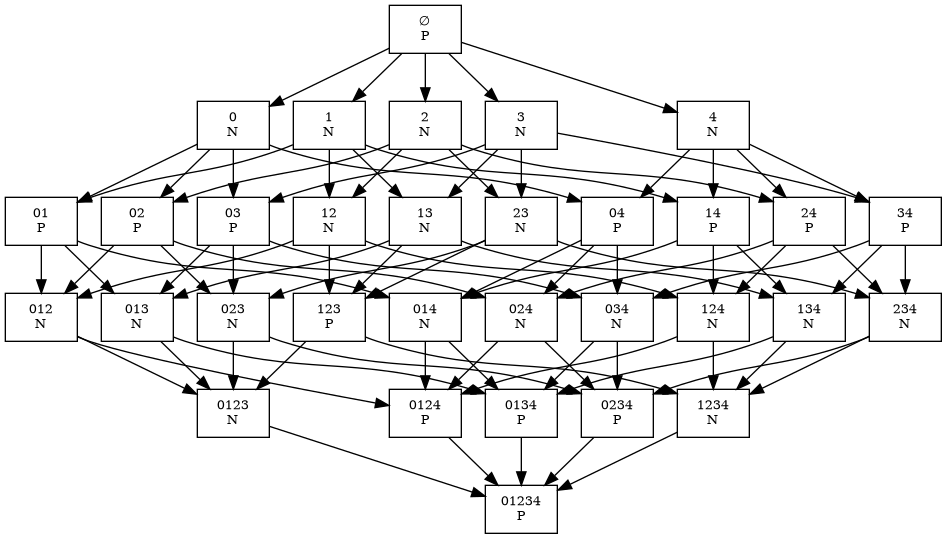
This is game_tree/decision_tree_01234.png from AdirAli/sparse-ruler-n-p-position, a Graphviz export, as it was before one commit. Its source is kept beside it as game_tree/decision_tree_01234.dot. Source of this version:
```dot
digraph G {
  rankdir=TB;
  node [shape=box, fontsize=10];
  n0 [label="∅\nP"];
  n1 [label="0\nN"];
  n2 [label="01\nP"];
  n3 [label="012\nN"];
  n4 [label="0123\nN"];
  n5 [label="01234\nP"];
  n6 [label="0124\nP"];
  n7 [label="013\nN"];
  n8 [label="0134\nP"];
  n9 [label="014\nN"];
  n10 [label="02\nP"];
  n11 [label="023\nN"];
  n12 [label="0234\nP"];
  n13 [label="024\nN"];
  n14 [label="03\nP"];
  n15 [label="034\nN"];
  n16 [label="04\nP"];
  n17 [label="1\nN"];
  n18 [label="12\nN"];
  n19 [label="123\nP"];
  n20 [label="1234\nN"];
  n21 [label="124\nN"];
  n22 [label="13\nN"];
  n23 [label="134\nN"];
  n24 [label="14\nP"];
  n25 [label="2\nN"];
  n26 [label="23\nN"];
  n27 [label="234\nN"];
  n28 [label="24\nP"];
  n29 [label="3\nN"];
  n30 [label="34\nP"];
  n31 [label="4\nN"];

  n0 -> n1;
  n0 -> n17;
  n0 -> n25;
  n0 -> n29;
  n0 -> n31;
  n1 -> n2;
  n1 -> n10;
  n1 -> n14;
  n1 -> n16;
  n2 -> n3;
  n2 -> n7;
  n2 -> n9;
  n3 -> n4;
  n3 -> n6;
  n4 -> n5;
  n6 -> n5;
  n7 -> n4;
  n7 -> n8;
  n8 -> n5;
  n9 -> n6;
  n9 -> n8;
  n10 -> n3;
  n10 -> n11;
  n10 -> n13;
  n11 -> n4;
  n11 -> n12;
  n12 -> n5;
  n13 -> n6;
  n13 -> n12;
  n14 -> n7;
  n14 -> n11;
  n14 -> n15;
  n15 -> n8;
  n15 -> n12;
  n16 -> n9;
  n16 -> n13;
  n16 -> n15;
  n17 -> n2;
  n17 -> n18;
  n17 -> n22;
  n17 -> n24;
  n18 -> n3;
  n18 -> n19;
  n18 -> n21;
  n19 -> n4;
  n19 -> n20;
  n20 -> n5;
  n21 -> n6;
  n21 -> n20;
  n22 -> n7;
  n22 -> n19;
  n22 -> n23;
  n23 -> n8;
  n23 -> n20;
  n24 -> n9;
  n24 -> n21;
  n24 -> n23;
  n25 -> n10;
  n25 -> n18;
  n25 -> n26;
  n25 -> n28;
  n26 -> n11;
  n26 -> n19;
  n26 -> n27;
  n27 -> n12;
  n27 -> n20;
  n28 -> n13;
  n28 -> n21;
  n28 -> n27;
  n29 -> n14;
  n29 -> n22;
  n29 -> n26;
  n29 -> n30;
  n30 -> n15;
  n30 -> n23;
  n30 -> n27;
  n31 -> n16;
  n31 -> n24;
  n31 -> n28;
  n31 -> n30;
}
```
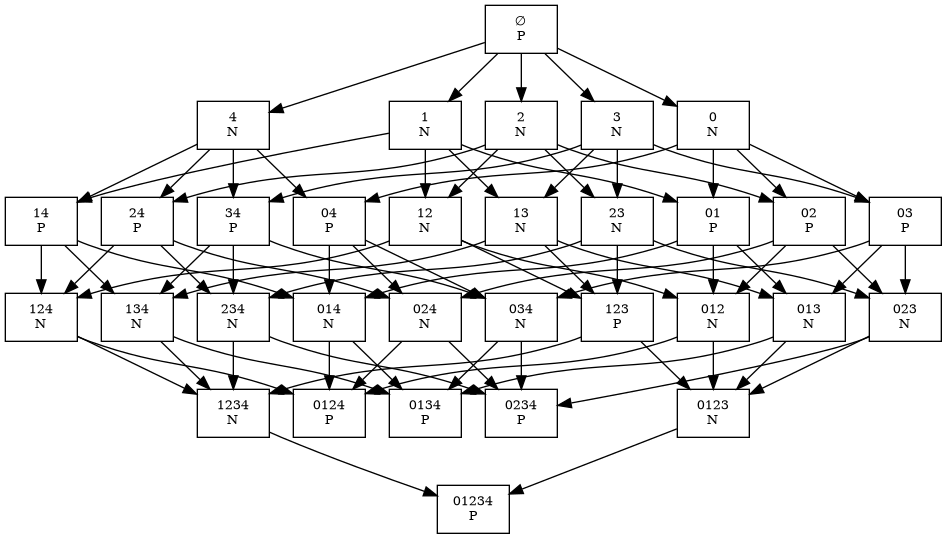
After the commit.

The edit, as a diff of the source:
```diff
@@ -49,10 +49,8 @@
   n3 -> n4;
   n3 -> n6;
   n4 -> n5;
-  n6 -> n5;
   n7 -> n4;
   n7 -> n8;
-  n8 -> n5;
   n9 -> n6;
   n9 -> n8;
   n10 -> n3;
@@ -60,7 +58,6 @@
   n10 -> n13;
   n11 -> n4;
   n11 -> n12;
-  n12 -> n5;
   n13 -> n6;
   n13 -> n12;
   n14 -> n7;
```
